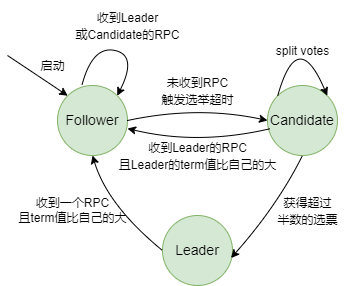
The draw.io diagram pic/leader Election.drawio.png in guxdong/imgrepo, before a commit. Source tidied: cells renumbered, new cells last; positions are measured from the earlier drawing's top-left corner, leaving out a move shared by most shapes. Source of this version:
```xml
<mxGraphModel>
  <root>
    <mxCell id="0" />
    <mxCell id="1" parent="0" />
    <mxCell id="2" value="Follower" style="ellipse;whiteSpace=wrap;html=1;fontSize=14;fillColor=#d5e8d4;strokeColor=#82b366;" parent="1" vertex="1">
      <mxGeometry x="50" y="85" width="70" height="70" as="geometry" />
    </mxCell>
    <mxCell id="3" style="endArrow=classic;html=1;rounded=0;fontSize=14;entryX=0;entryY=0;entryDx=0;entryDy=0;" parent="1" edge="1" target="2">
      <mxGeometry relative="1" as="geometry">
        <mxPoint y="55" as="sourcePoint" />
        <Array as="points">
          <mxPoint x="30" y="75" />
        </Array>
      </mxGeometry>
    </mxCell>
    <mxCell id="4" value="&lt;font style=&quot;font-size: 12px;&quot;&gt;启动&lt;/font&gt;" style="text;html=1;align=center;verticalAlign=middle;strokeColor=none;fillColor=none;fontSize=14;" parent="1" vertex="1">
      <mxGeometry x="20" y="50" width="50" height="30" as="geometry" />
    </mxCell>
    <mxCell id="5" value="Candidate" style="ellipse;whiteSpace=wrap;html=1;fontSize=14;fillColor=#d5e8d4;strokeColor=#82b366;" parent="1" vertex="1">
      <mxGeometry x="260" y="85" width="70" height="70" as="geometry" />
    </mxCell>
    <mxCell id="6" value="&lt;font style=&quot;font-size: 12px;&quot;&gt;未收到RPC&lt;br&gt;触发选举超时&lt;/font&gt;" style="text;html=1;align=center;verticalAlign=middle;strokeColor=none;fillColor=none;fontSize=14;" parent="1" vertex="1">
      <mxGeometry x="140" y="65" width="100" height="50" as="geometry" />
    </mxCell>
    <mxCell id="7" value="Leader" style="ellipse;whiteSpace=wrap;html=1;fontSize=14;fillColor=#d5e8d4;strokeColor=#82b366;" parent="1" vertex="1">
      <mxGeometry x="155" y="215" width="70" height="70" as="geometry" />
    </mxCell>
    <mxCell id="8" style="curved=1;endArrow=classic;html=1;rounded=0;fontSize=14;exitX=0.35;exitY=-0.007;exitDx=0;exitDy=0;entryX=1;entryY=0;entryDx=0;entryDy=0;exitPerimeter=0;" parent="1" edge="1" source="2" target="2">
      <mxGeometry relative="1" as="geometry">
        <Array as="points">
          <mxPoint x="85" y="45" />
          <mxPoint x="130" y="55" />
        </Array>
      </mxGeometry>
    </mxCell>
    <mxCell id="9" value="&lt;font style=&quot;font-size: 12px;&quot;&gt;收到Leader&lt;br&gt;或Candidate的RPC&lt;/font&gt;" style="text;html=1;align=center;verticalAlign=middle;strokeColor=none;fillColor=none;fontSize=14;" parent="1" vertex="1">
      <mxGeometry x="55" width="130" height="50" as="geometry" />
    </mxCell>
    <mxCell id="10" style="curved=1;endArrow=classic;html=1;rounded=0;fontSize=14;exitX=0;exitY=0;exitDx=0;exitDy=0;entryX=1;entryY=0;entryDx=0;entryDy=0;" parent="1" edge="1" source="5" target="5">
      <mxGeometry relative="1" as="geometry">
        <Array as="points">
          <mxPoint x="290" y="25" />
        </Array>
      </mxGeometry>
    </mxCell>
    <mxCell id="11" value="&lt;font style=&quot;font-size: 12px;&quot;&gt;split votes&lt;/font&gt;" style="text;html=1;align=center;verticalAlign=middle;strokeColor=none;fillColor=none;fontSize=14;" parent="1" vertex="1">
      <mxGeometry x="255" y="35" width="80" height="30" as="geometry" />
    </mxCell>
    <mxCell id="12" value="&lt;font style=&quot;font-size: 12px;&quot;&gt;获得超过&lt;br&gt;半数的选票&lt;/font&gt;" style="text;html=1;align=center;verticalAlign=middle;strokeColor=none;fillColor=none;fontSize=14;" parent="1" vertex="1">
      <mxGeometry x="260" y="185" width="80" height="50" as="geometry" />
    </mxCell>
    <mxCell id="13" style="curved=1;endArrow=classic;html=1;rounded=0;fontSize=14;exitX=1;exitY=0.5;exitDx=0;exitDy=0;entryX=0;entryY=0.5;entryDx=0;entryDy=0;" parent="1" edge="1" source="2" target="5">
      <mxGeometry relative="1" as="geometry">
        <Array as="points">
          <mxPoint x="190" y="105" />
        </Array>
      </mxGeometry>
    </mxCell>
    <mxCell id="14" style="curved=1;endArrow=classic;html=1;rounded=0;fontSize=14;exitX=0.03;exitY=0.619;exitDx=0;exitDy=0;entryX=1;entryY=0.614;entryDx=0;entryDy=0;entryPerimeter=0;exitPerimeter=0;" parent="1" edge="1" source="5" target="2">
      <mxGeometry relative="1" as="geometry">
        <Array as="points">
          <mxPoint x="190" y="145" />
        </Array>
      </mxGeometry>
    </mxCell>
    <mxCell id="15" value="&lt;font style=&quot;font-size: 12px;&quot;&gt;收到Leader的RPC&lt;br&gt;且Leader的term值比自己的大&lt;/font&gt;" style="text;html=1;align=center;verticalAlign=middle;strokeColor=none;fillColor=none;fontSize=14;" parent="1" vertex="1">
      <mxGeometry x="100" y="130" width="180" height="50" as="geometry" />
    </mxCell>
    <mxCell id="16" style="curved=1;endArrow=classic;html=1;rounded=0;fontSize=12;entryX=0.979;entryY=0.607;entryDx=0;entryDy=0;entryPerimeter=0;exitX=0.5;exitY=1;exitDx=0;exitDy=0;" parent="1" edge="1" source="5" target="7">
      <mxGeometry relative="1" as="geometry">
        <Array as="points">
          <mxPoint x="270" y="205" />
        </Array>
      </mxGeometry>
    </mxCell>
    <mxCell id="17" style="curved=1;endArrow=classic;html=1;rounded=0;fontSize=12;exitX=0;exitY=0.5;exitDx=0;exitDy=0;entryX=0.5;entryY=1;entryDx=0;entryDy=0;" parent="1" edge="1" source="7" target="2">
      <mxGeometry relative="1" as="geometry">
        <Array as="points">
          <mxPoint x="100" y="205" />
        </Array>
      </mxGeometry>
    </mxCell>
    <mxCell id="18" value="收到一个RPC&lt;br&gt;且term值比自己的大" style="text;html=1;align=center;verticalAlign=middle;strokeColor=none;fillColor=none;fontSize=12;" parent="1" vertex="1">
      <mxGeometry y="190" width="130" height="40" as="geometry" />
    </mxCell>
  </root>
</mxGraphModel>
```
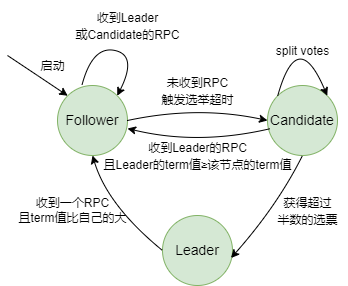
Later version of the same file.

Diff of the diagram source:
```diff
@@ -63,8 +63,8 @@
         </Array>
       </mxGeometry>
     </mxCell>
-    <mxCell id="15" value="&lt;font style=&quot;font-size: 12px;&quot;&gt;收到Leader的RPC&lt;br&gt;且Leader的term值比自己的大&lt;/font&gt;" style="text;html=1;align=center;verticalAlign=middle;strokeColor=none;fillColor=none;fontSize=14;" parent="1" vertex="1">
-      <mxGeometry x="100" y="130" width="180" height="50" as="geometry" />
+    <mxCell id="15" value="&lt;font style=&quot;font-size: 12px;&quot;&gt;收到Leader的RPC&lt;br&gt;且Leader的term值≥该节点的term值&lt;/font&gt;" style="text;html=1;align=center;verticalAlign=middle;strokeColor=none;fillColor=none;fontSize=14;" parent="1" vertex="1">
+      <mxGeometry x="85" y="130" width="210" height="50" as="geometry" />
     </mxCell>
     <mxCell id="16" style="curved=1;endArrow=classic;html=1;rounded=0;fontSize=12;entryX=0.979;entryY=0.607;entryDx=0;entryDy=0;entryPerimeter=0;exitX=0.5;exitY=1;exitDx=0;exitDy=0;" parent="1" edge="1" source="5" target="7">
       <mxGeometry relative="1" as="geometry">
```
